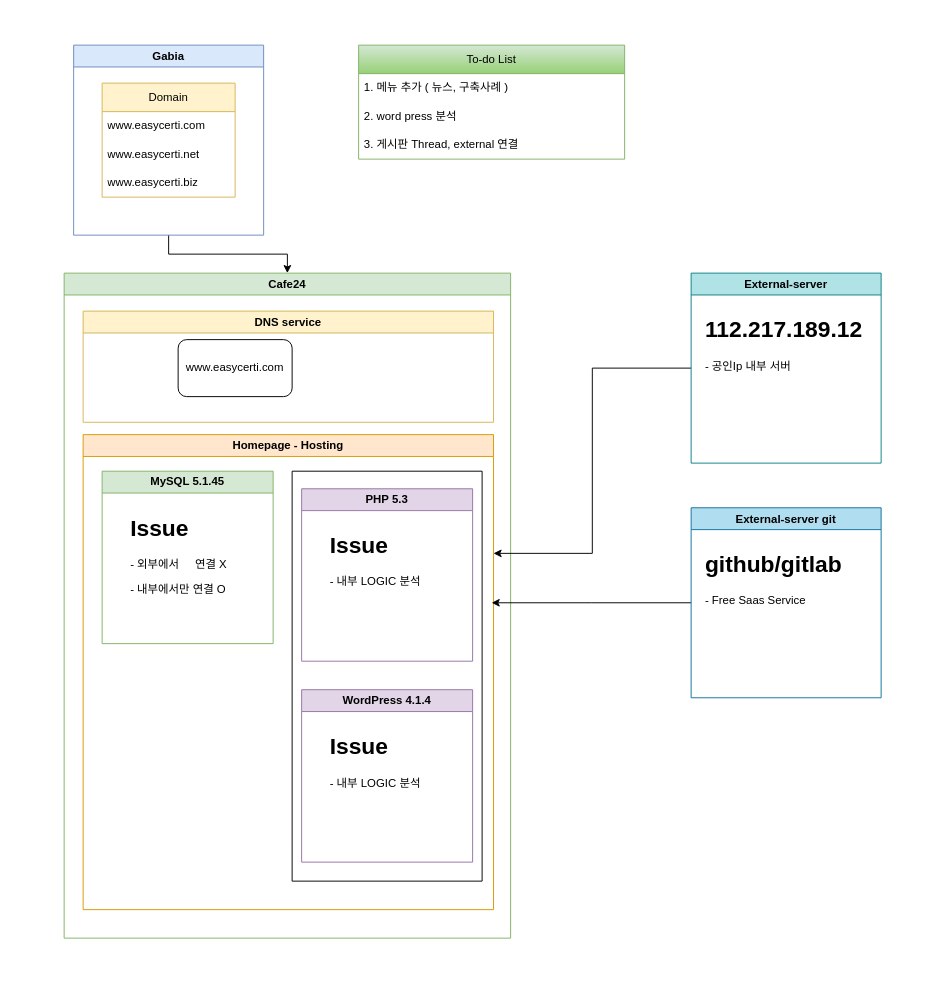
Before: Company-homepage.drawio in angelinurs/drawio, a draw.io diagram. Source tidied: cells renumbered, new cells numbered last; positions are measured from the earlier drawing's top-left corner, leaving out a move shared by most shapes. Both pictures are drawn from the tidied source at 95%, with x=0, y=0 at pixel (64, 45).
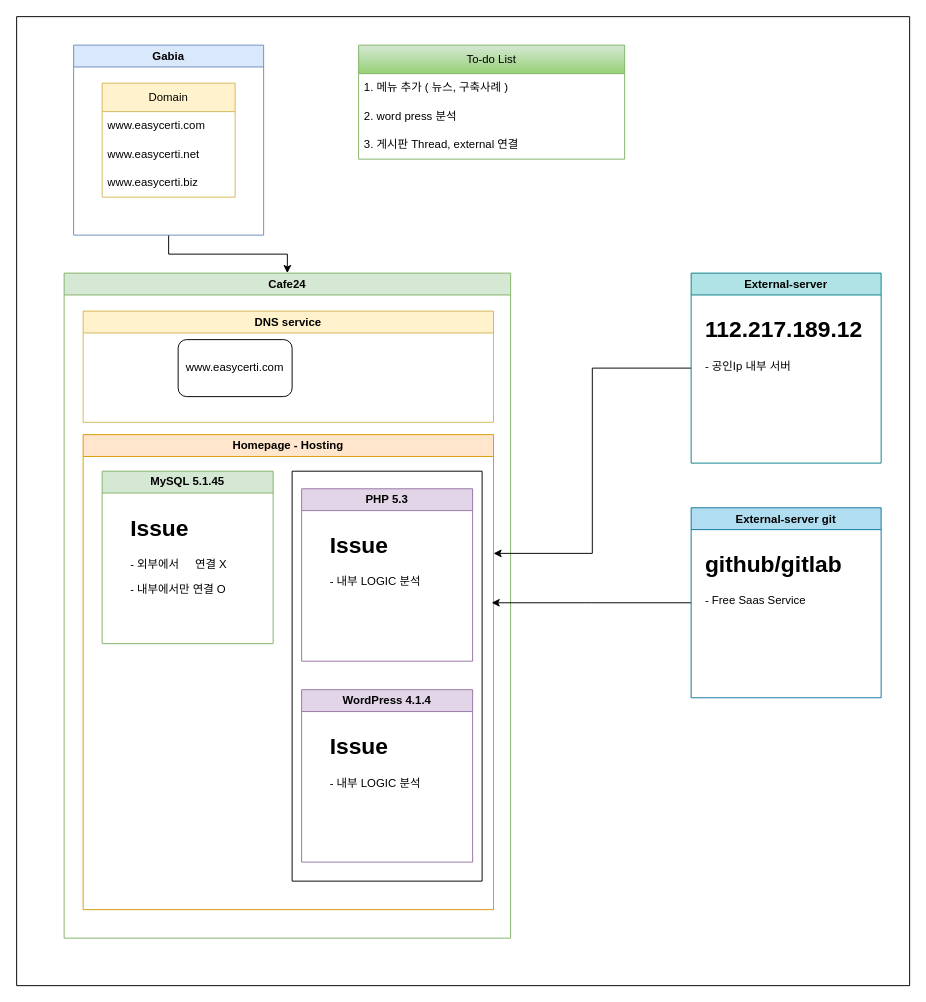
Above is the later version.

Diff of the diagram source:
```diff
@@
+    <mxCell id="29" style="swimlane;startSize=0;" parent="1" vertex="1">
+      <mxGeometry x="-50" y="-30" width="940" height="1020" as="geometry" />
+    </mxCell>
```
